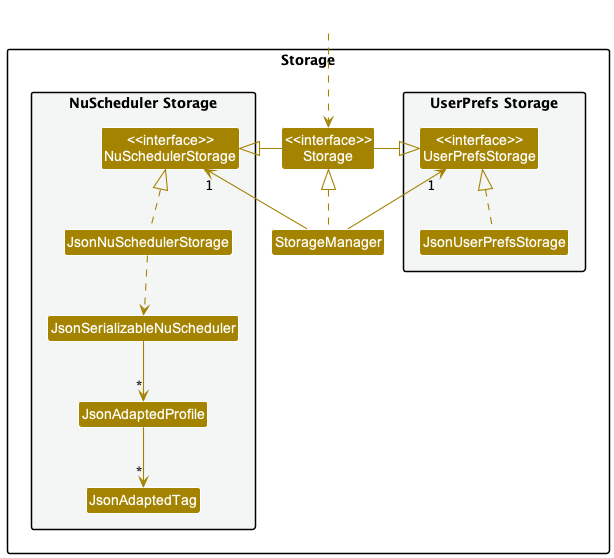
The PlantUML diagram docs/images/StorageClassDiagram.png in nus-cs2103-AY2223S1/tp, before a commit.
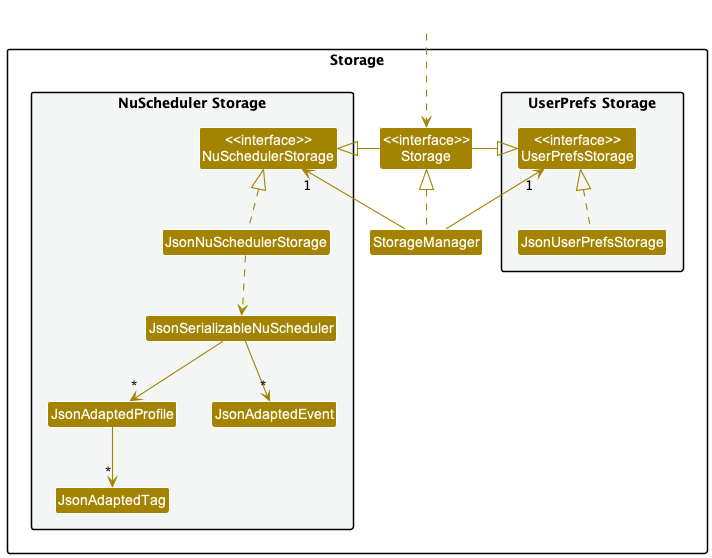
The same diagram one commit later.

What changed in the source:
```diff
@@ -19,6 +19,7 @@
 Class JsonNuSchedulerStorage
 Class JsonSerializableNuScheduler
 Class JsonAdaptedProfile
+Class JsonAdaptedEvent
 Class JsonAdaptedTag
 }
 
@@ -38,6 +39,7 @@
 JsonNuSchedulerStorage .up.|> NuSchedulerStorage
 JsonNuSchedulerStorage ..> JsonSerializableNuScheduler
 JsonSerializableNuScheduler --> "*" JsonAdaptedProfile
+JsonSerializableNuScheduler --> "*" JsonAdaptedEvent
 JsonAdaptedProfile --> "*" JsonAdaptedTag
 
 @enduml
```
